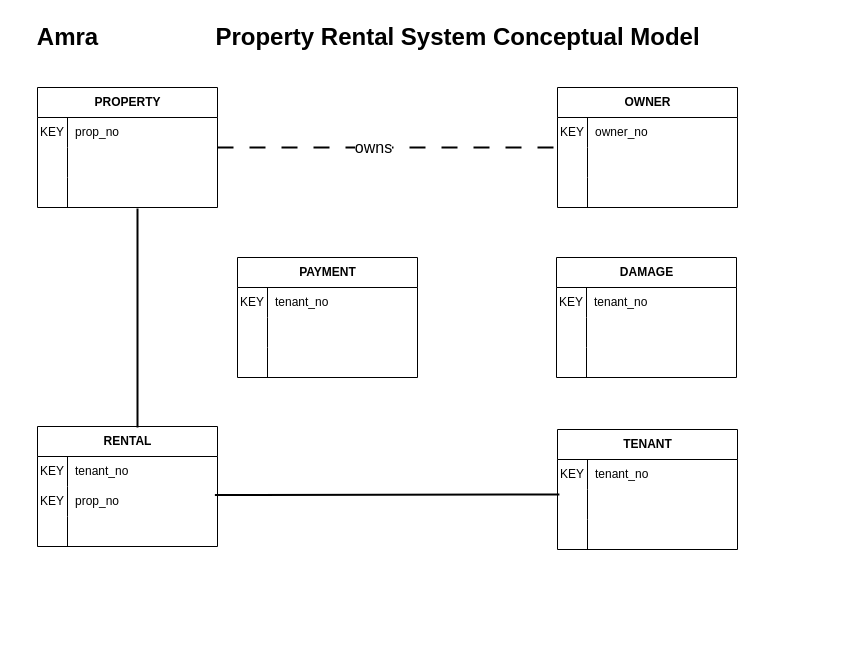
The draw.io diagram page "Final Model" (3 of 3) of Applied/App03/prs_conceptual.drawio in aanv0002/bigrig-movers-sql-database, before the edit. Source tidied: cells renumbered, new cells numbered last; positions are measured from the earlier drawing's top-left corner, leaving out a move shared by most shapes. Both pictures are drawn from the tidied source at 100%, with x=0, y=0 at pixel (17, 17).
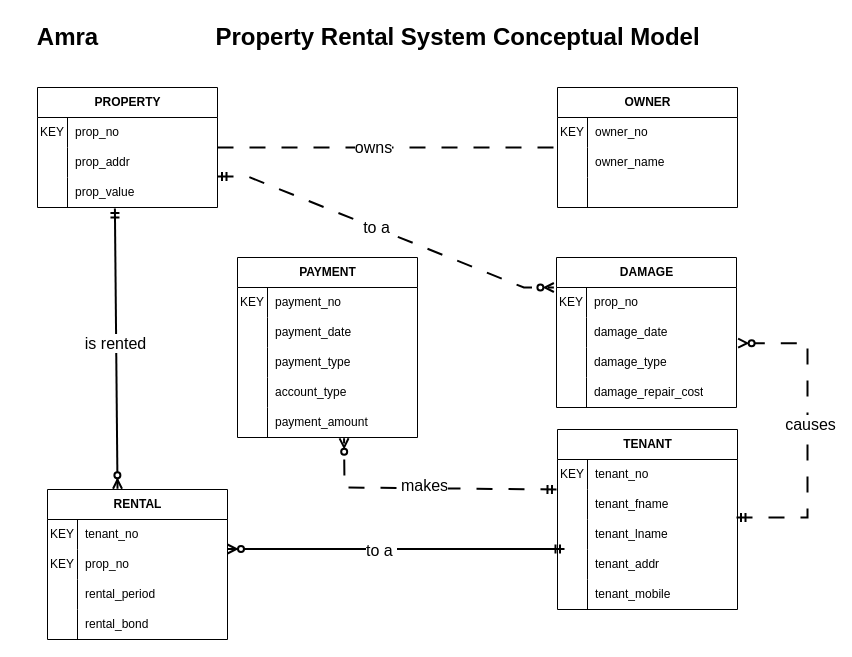
The same page after the edit.

The change refers to these unchanged cells:
```xml
<mxCell id="8" style="shape=tableRow;horizontal=0;startSize=0;swimlaneHead=0;swimlaneBody=0;fillColor=none;top=0;left=0;right=0;bottom=0;" parent="4" vertex="1">
  <mxGeometry y="60" width="180" height="30" as="geometry" />
</mxCell>
<mxCell id="11" style="shape=tableRow;horizontal=0;startSize=0;swimlaneHead=0;swimlaneBody=0;fillColor=none;points=[[0,0.5],[1,0.5]];portConstraint=eastwest;top=0;left=0;right=0;bottom=0;" parent="4" vertex="1">
  <mxGeometry y="90" width="180" height="30" as="geometry" />
</mxCell>
<mxCell id="18" style="shape=tableRow;horizontal=0;startSize=0;swimlaneHead=0;swimlaneBody=0;fillColor=none;top=0;left=0;right=0;bottom=0;" parent="14" vertex="1">
  <mxGeometry y="60" width="180" height="30" as="geometry" />
</mxCell>
<mxCell id="28" style="shape=tableRow;horizontal=0;startSize=0;swimlaneHead=0;swimlaneBody=0;fillColor=none;top=0;left=0;right=0;bottom=0;" parent="24" vertex="1">
  <mxGeometry y="60" width="180" height="30" as="geometry" />
</mxCell>
<mxCell id="31" style="shape=tableRow;horizontal=0;startSize=0;swimlaneHead=0;swimlaneBody=0;fillColor=none;top=0;left=0;right=0;bottom=0;" parent="24" vertex="1">
  <mxGeometry y="90" width="180" height="30" as="geometry" />
</mxCell>
<mxCell id="43" style="shape=tableRow;horizontal=0;startSize=0;swimlaneHead=0;swimlaneBody=0;fillColor=none;top=0;left=0;right=0;bottom=0;" parent="36" vertex="1">
  <mxGeometry y="90" width="180" height="30" as="geometry" />
</mxCell>
<mxCell id="49" style="shape=tableRow;horizontal=0;startSize=0;swimlaneHead=0;swimlaneBody=0;fillColor=none;top=0;left=0;right=0;bottom=0;" parent="48" vertex="1">
  <mxGeometry y="30" width="180" height="30" as="geometry" />
</mxCell>
<mxCell id="52" style="shape=tableRow;horizontal=0;startSize=0;swimlaneHead=0;swimlaneBody=0;fillColor=none;top=0;left=0;right=0;bottom=0;" parent="48" vertex="1">
  <mxGeometry y="60" width="180" height="30" as="geometry" />
</mxCell>
<mxCell id="55" style="shape=tableRow;horizontal=0;startSize=0;swimlaneHead=0;swimlaneBody=0;fillColor=none;top=0;left=0;right=0;bottom=0;" parent="48" vertex="1">
  <mxGeometry y="90" width="180" height="30" as="geometry" />
</mxCell>
<mxCell id="59" style="shape=tableRow;horizontal=0;startSize=0;swimlaneHead=0;swimlaneBody=0;fillColor=none;top=0;left=0;right=0;bottom=0;" parent="58" vertex="1">
  <mxGeometry y="30" width="180" height="30" as="geometry" />
</mxCell>
<mxCell id="62" style="shape=tableRow;horizontal=0;startSize=0;swimlaneHead=0;swimlaneBody=0;fillColor=none;points=[[0,0.5],[1,0.5]];portConstraint=eastwest;top=0;left=0;right=0;bottom=0;" parent="58" vertex="1">
  <mxGeometry y="60" width="180" height="30" as="geometry" />
</mxCell>
<mxCell id="65" style="shape=tableRow;horizontal=0;startSize=0;swimlaneHead=0;swimlaneBody=0;fillColor=none;top=0;left=0;right=0;bottom=0;" parent="58" vertex="1">
  <mxGeometry y="90" width="180" height="30" as="geometry" />
</mxCell>
```

What changed in the source:
```diff
@@
-    <mxCell id="10" style="shape=partialRectangle;fillColor=none;top=0;left=0;bottom=0;right=0;align=left;spacingLeft=6;overflow=hidden;whiteSpace=wrap;html=1;" parent="8" vertex="1">
+    <mxCell id="10" value="prop_addr" style="shape=partialRectangle;fillColor=none;top=0;left=0;bottom=0;right=0;align=left;spacingLeft=6;overflow=hidden;whiteSpace=wrap;html=1;" parent="8" vertex="1">
       <mxGeometry x="30" width="150" height="30" as="geometry" />
     </mxCell>
@@
-    <mxCell id="13" style="shape=partialRectangle;fillColor=none;top=0;left=0;bottom=0;right=0;align=left;spacingLeft=6;overflow=hidden;whiteSpace=wrap;html=1;" parent="11" vertex="1">
+    <mxCell id="13" value="prop_value" style="shape=partialRectangle;fillColor=none;top=0;left=0;bottom=0;right=0;align=left;spacingLeft=6;overflow=hidden;whiteSpace=wrap;html=1;" parent="11" vertex="1">
       <mxGeometry x="30" width="150" height="30" as="geometry" />
     </mxCell>
@@
-    <mxCell id="20" style="shape=partialRectangle;fillColor=none;top=0;left=0;bottom=0;right=0;align=left;spacingLeft=6;overflow=hidden;whiteSpace=wrap;html=1;" parent="18" vertex="1">
+    <mxCell id="20" value="owner_name" style="shape=partialRectangle;fillColor=none;top=0;left=0;bottom=0;right=0;align=left;spacingLeft=6;overflow=hidden;whiteSpace=wrap;html=1;" parent="18" vertex="1">
       <mxGeometry x="30" width="150" height="30" as="geometry" />
     </mxCell>
@@
     <mxCell id="24" value="TENANT" style="shape=table;startSize=30;childLayout=tableLayout;rowLines=0;fontStyle=1;align=center;html=1;" parent="1" vertex="1">
-      <mxGeometry x="540" y="412" width="180" height="120" as="geometry" />
+      <mxGeometry x="540" y="412" width="180" height="180" as="geometry" />
     </mxCell>
@@
-    <mxCell id="30" style="shape=partialRectangle;fillColor=none;top=0;left=0;bottom=0;right=0;align=left;spacingLeft=6;overflow=hidden;whiteSpace=wrap;html=1;" parent="28" vertex="1">
+    <mxCell id="30" value="tenant_fname" style="shape=partialRectangle;fillColor=none;top=0;left=0;bottom=0;right=0;align=left;spacingLeft=6;overflow=hidden;whiteSpace=wrap;html=1;" parent="28" vertex="1">
       <mxGeometry x="30" width="150" height="30" as="geometry" />
     </mxCell>
@@
-    <mxCell id="33" style="shape=partialRectangle;fillColor=none;top=0;left=0;bottom=0;right=0;align=left;spacingLeft=6;overflow=hidden;whiteSpace=wrap;html=1;" parent="31" vertex="1">
+    <mxCell id="33" value="tenant_lname" style="shape=partialRectangle;fillColor=none;top=0;left=0;bottom=0;right=0;align=left;spacingLeft=6;overflow=hidden;whiteSpace=wrap;html=1;" parent="31" vertex="1">
       <mxGeometry x="30" width="150" height="30" as="geometry" />
     </mxCell>
+    <mxCell id="68" style="shape=tableRow;horizontal=0;startSize=0;swimlaneHead=0;swimlaneBody=0;fillColor=none;top=0;left=0;right=0;bottom=0;" parent="24" vertex="1">
+      <mxGeometry y="120" width="180" height="30" as="geometry" />
+    </mxCell>
+    <mxCell id="69" style="shape=partialRectangle;fillColor=none;top=0;left=0;bottom=0;right=0;overflow=hidden;whiteSpace=wrap;html=1;" parent="68" vertex="1">
+      <mxGeometry width="30" height="30" as="geometry" />
+    </mxCell>
+    <mxCell id="70" value="tenant_addr" style="shape=partialRectangle;fillColor=none;top=0;left=0;bottom=0;right=0;align=left;spacingLeft=6;overflow=hidden;whiteSpace=wrap;html=1;" parent="68" vertex="1">
+      <mxGeometry x="30" width="150" height="30" as="geometry" />
+    </mxCell>
+    <mxCell id="71" style="shape=tableRow;horizontal=0;startSize=0;swimlaneHead=0;swimlaneBody=0;fillColor=none;top=0;left=0;right=0;bottom=0;" parent="24" vertex="1">
+      <mxGeometry y="150" width="180" height="30" as="geometry" />
+    </mxCell>
+    <mxCell id="72" style="shape=partialRectangle;fillColor=none;top=0;left=0;bottom=0;right=0;overflow=hidden;whiteSpace=wrap;html=1;" parent="71" vertex="1">
+      <mxGeometry width="30" height="30" as="geometry" />
+    </mxCell>
+    <mxCell id="73" value="tenant_mobile" style="shape=partialRectangle;fillColor=none;top=0;left=0;bottom=0;right=0;align=left;spacingLeft=6;overflow=hidden;whiteSpace=wrap;html=1;" parent="71" vertex="1">
+      <mxGeometry x="30" width="150" height="30" as="geometry" />
+    </mxCell>
@@
     <mxCell id="36" value="RENTAL" style="shape=table;startSize=30;childLayout=tableLayout;rowLines=0;fontStyle=1;align=center;html=1;" parent="1" vertex="1">
-      <mxGeometry x="20" y="409" width="180" height="120" as="geometry" />
+      <mxGeometry x="30" y="472" width="180" height="150" as="geometry" />
     </mxCell>
@@
-    <mxCell id="45" style="shape=partialRectangle;fillColor=none;top=0;left=0;bottom=0;right=0;align=left;spacingLeft=6;overflow=hidden;whiteSpace=wrap;html=1;" parent="43" vertex="1">
+    <mxCell id="45" value="rental_period" style="shape=partialRectangle;fillColor=none;top=0;left=0;bottom=0;right=0;align=left;spacingLeft=6;overflow=hidden;whiteSpace=wrap;html=1;" parent="43" vertex="1">
       <mxGeometry x="30" width="150" height="30" as="geometry" />
     </mxCell>
-    <mxCell id="46" style="endArrow=none;html=1;rounded=0;exitX=0.98;exitY=0.13;exitDx=0;exitDy=0;exitPerimeter=0;entryX=0.005;entryY=0.124;entryDx=0;entryDy=0;entryPerimeter=0;strokeWidth=2;" parent="1" edge="1">
-      <mxGeometry relative="1" as="geometry">
-        <mxPoint x="197.4" y="477.6" as="sourcePoint" />
-        <mxPoint x="541.9" y="476.9" as="targetPoint" />
-      </mxGeometry>
-    </mxCell>
-    <mxCell id="47" style="endArrow=none;html=1;rounded=0;strokeWidth=2;" parent="1" edge="1">
-      <mxGeometry relative="1" as="geometry">
-        <mxPoint x="120" y="191" as="sourcePoint" />
-        <mxPoint x="120" y="410" as="targetPoint" />
-      </mxGeometry>
-    </mxCell>
+    <mxCell id="74" style="shape=tableRow;horizontal=0;startSize=0;swimlaneHead=0;swimlaneBody=0;fillColor=none;top=0;left=0;right=0;bottom=0;" parent="36" vertex="1">
+      <mxGeometry y="120" width="180" height="30" as="geometry" />
+    </mxCell>
+    <mxCell id="75" style="shape=partialRectangle;fillColor=none;top=0;left=0;bottom=0;right=0;overflow=hidden;whiteSpace=wrap;html=1;" parent="74" vertex="1">
+      <mxGeometry width="30" height="30" as="geometry" />
+    </mxCell>
+    <mxCell id="76" value="rental_bond" style="shape=partialRectangle;fillColor=none;top=0;left=0;bottom=0;right=0;align=left;spacingLeft=6;overflow=hidden;whiteSpace=wrap;html=1;" parent="74" vertex="1">
+      <mxGeometry x="30" width="150" height="30" as="geometry" />
+    </mxCell>
     <mxCell id="48" value="PAYMENT" style="shape=table;startSize=30;childLayout=tableLayout;rowLines=0;fontStyle=1;align=center;html=1;" parent="1" vertex="1">
-      <mxGeometry x="220" y="240" width="180" height="120" as="geometry" />
+      <mxGeometry x="220" y="240" width="180" height="180" as="geometry" />
     </mxCell>
@@
-    <mxCell id="51" value="tenant_no" style="shape=partialRectangle;fillColor=none;top=0;left=0;bottom=0;right=0;align=left;spacingLeft=6;overflow=hidden;whiteSpace=wrap;html=1;" parent="49" vertex="1">
+    <mxCell id="51" value="payment_no" style="shape=partialRectangle;fillColor=none;top=0;left=0;bottom=0;right=0;align=left;spacingLeft=6;overflow=hidden;whiteSpace=wrap;html=1;" parent="49" vertex="1">
       <mxGeometry x="30" width="150" height="30" as="geometry" />
     </mxCell>
@@
-    <mxCell id="54" style="shape=partialRectangle;fillColor=none;top=0;left=0;bottom=0;right=0;align=left;spacingLeft=6;overflow=hidden;whiteSpace=wrap;html=1;" parent="52" vertex="1">
+    <mxCell id="54" value="payment_date" style="shape=partialRectangle;fillColor=none;top=0;left=0;bottom=0;right=0;align=left;spacingLeft=6;overflow=hidden;whiteSpace=wrap;html=1;" parent="52" vertex="1">
       <mxGeometry x="30" width="150" height="30" as="geometry" />
     </mxCell>
@@
-    <mxCell id="57" style="shape=partialRectangle;fillColor=none;top=0;left=0;bottom=0;right=0;align=left;spacingLeft=6;overflow=hidden;whiteSpace=wrap;html=1;" parent="55" vertex="1">
+    <mxCell id="57" value="payment_type" style="shape=partialRectangle;fillColor=none;top=0;left=0;bottom=0;right=0;align=left;spacingLeft=6;overflow=hidden;whiteSpace=wrap;html=1;" parent="55" vertex="1">
       <mxGeometry x="30" width="150" height="30" as="geometry" />
     </mxCell>
+    <mxCell id="77" style="shape=tableRow;horizontal=0;startSize=0;swimlaneHead=0;swimlaneBody=0;fillColor=none;top=0;left=0;right=0;bottom=0;" parent="48" vertex="1">
+      <mxGeometry y="120" width="180" height="30" as="geometry" />
+    </mxCell>
+    <mxCell id="78" style="shape=partialRectangle;fillColor=none;top=0;left=0;bottom=0;right=0;overflow=hidden;whiteSpace=wrap;html=1;" parent="77" vertex="1">
+      <mxGeometry width="30" height="30" as="geometry" />
+    </mxCell>
+    <mxCell id="79" value="account_type" style="shape=partialRectangle;fillColor=none;top=0;left=0;bottom=0;right=0;align=left;spacingLeft=6;overflow=hidden;whiteSpace=wrap;html=1;" parent="77" vertex="1">
+      <mxGeometry x="30" width="150" height="30" as="geometry" />
+    </mxCell>
+    <mxCell id="80" style="shape=tableRow;horizontal=0;startSize=0;swimlaneHead=0;swimlaneBody=0;fillColor=none;points=[[0,0.5],[1,0.5]];portConstraint=eastwest;top=0;left=0;right=0;bottom=0;" parent="48" vertex="1">
+      <mxGeometry y="150" width="180" height="30" as="geometry" />
+    </mxCell>
+    <mxCell id="81" style="shape=partialRectangle;fillColor=none;top=0;left=0;bottom=0;right=0;overflow=hidden;whiteSpace=wrap;html=1;" parent="80" vertex="1">
+      <mxGeometry width="30" height="30" as="geometry" />
+    </mxCell>
+    <mxCell id="82" value="payment_amount" style="shape=partialRectangle;fillColor=none;top=0;left=0;bottom=0;right=0;align=left;spacingLeft=6;overflow=hidden;whiteSpace=wrap;html=1;" parent="80" vertex="1">
+      <mxGeometry x="30" width="150" height="30" as="geometry" />
+    </mxCell>
     <mxCell id="58" value="DAMAGE" style="shape=table;startSize=30;childLayout=tableLayout;rowLines=0;fontStyle=1;align=center;html=1;" parent="1" vertex="1">
-      <mxGeometry x="539" y="240" width="180" height="120" as="geometry" />
+      <mxGeometry x="539" y="240" width="180" height="150" as="geometry" />
     </mxCell>
@@
-    <mxCell id="61" value="tenant_no" style="shape=partialRectangle;fillColor=none;top=0;left=0;bottom=0;right=0;align=left;spacingLeft=6;overflow=hidden;whiteSpace=wrap;html=1;" parent="59" vertex="1">
+    <mxCell id="61" value="prop_no" style="shape=partialRectangle;fillColor=none;top=0;left=0;bottom=0;right=0;align=left;spacingLeft=6;overflow=hidden;whiteSpace=wrap;html=1;" parent="59" vertex="1">
       <mxGeometry x="30" width="150" height="30" as="geometry" />
     </mxCell>
@@
-    <mxCell id="64" style="shape=partialRectangle;fillColor=none;top=0;left=0;bottom=0;right=0;align=left;spacingLeft=6;overflow=hidden;whiteSpace=wrap;html=1;" parent="62" vertex="1">
+    <mxCell id="64" value="damage_date" style="shape=partialRectangle;fillColor=none;top=0;left=0;bottom=0;right=0;align=left;spacingLeft=6;overflow=hidden;whiteSpace=wrap;html=1;" parent="62" vertex="1">
       <mxGeometry x="30" width="150" height="30" as="geometry" />
     </mxCell>
@@
-    <mxCell id="67" style="shape=partialRectangle;fillColor=none;top=0;left=0;bottom=0;right=0;align=left;spacingLeft=6;overflow=hidden;whiteSpace=wrap;html=1;" parent="65" vertex="1">
+    <mxCell id="67" value="damage_type" style="shape=partialRectangle;fillColor=none;top=0;left=0;bottom=0;right=0;align=left;spacingLeft=6;overflow=hidden;whiteSpace=wrap;html=1;" parent="65" vertex="1">
       <mxGeometry x="30" width="150" height="30" as="geometry" />
     </mxCell>
+    <mxCell id="83" style="shape=tableRow;horizontal=0;startSize=0;swimlaneHead=0;swimlaneBody=0;fillColor=none;top=0;left=0;right=0;bottom=0;" parent="58" vertex="1">
+      <mxGeometry y="120" width="180" height="30" as="geometry" />
+    </mxCell>
+    <mxCell id="84" style="shape=partialRectangle;fillColor=none;top=0;left=0;bottom=0;right=0;overflow=hidden;whiteSpace=wrap;html=1;" parent="83" vertex="1">
+      <mxGeometry width="30" height="30" as="geometry" />
+    </mxCell>
+    <mxCell id="85" value="damage_repair_cost" style="shape=partialRectangle;fillColor=none;top=0;left=0;bottom=0;right=0;align=left;spacingLeft=6;overflow=hidden;whiteSpace=wrap;html=1;" parent="83" vertex="1">
+      <mxGeometry x="30" width="150" height="30" as="geometry" />
+    </mxCell>
+    <mxCell id="86" style="edgeStyle=entityRelationEdgeStyle;fontSize=12;html=1;endArrow=ERzeroToMany;startArrow=ERmandOne;rounded=0;exitX=1.02;exitY=-0.037;exitDx=0;exitDy=0;exitPerimeter=0;dashed=1;dashPattern=8 8;strokeWidth=2;" parent="1" edge="1">
+      <mxGeometry relative="1" as="geometry">
+        <mxPoint x="200" y="158.9" as="sourcePoint" />
+        <mxPoint x="536.4" y="270" as="targetPoint" />
+      </mxGeometry>
+    </mxCell>
+    <mxCell id="87" value="&lt;font style=&quot;font-size: 16px;&quot;&gt;to a&lt;/font&gt;" style="edgeLabel;html=1;align=center;verticalAlign=middle;" parent="86" vertex="1">
+      <mxGeometry x="-0.06" y="1" relative="1" as="geometry" />
+    </mxCell>
+    <mxCell id="88" style="fontSize=12;html=1;endArrow=ERzeroToMany;startArrow=ERmandOne;rounded=0;exitX=0;exitY=0.25;exitDx=0;exitDy=0;strokeWidth=2;dashed=1;dashPattern=8 8;entryX=0.592;entryY=1.028;entryDx=0;entryDy=0;entryPerimeter=0;" parent="1" edge="1" target="80">
+      <mxGeometry relative="1" as="geometry">
+        <mxPoint x="539" y="472" as="sourcePoint" />
+        <Array as="points">
+          <mxPoint x="327" y="470" />
+        </Array>
+      </mxGeometry>
+    </mxCell>
+    <mxCell id="89" value="&lt;font style=&quot;font-size: 16px;&quot;&gt;makes&lt;/font&gt;" style="edgeLabel;html=1;align=center;verticalAlign=middle;" parent="88" vertex="1">
+      <mxGeometry x="0.02" y="-3" relative="1" as="geometry" />
+    </mxCell>
+    <mxCell id="90" style="fontSize=12;html=1;endArrow=ERzeroToMany;startArrow=ERmandOne;rounded=0;exitX=-0.014;exitY=0.925;exitDx=0;exitDy=0;exitPerimeter=0;strokeWidth=2;" parent="1" edge="1">
+      <mxGeometry relative="1" as="geometry">
+        <mxPoint x="547" y="531.5" as="sourcePoint" />
+        <mxPoint x="210" y="531.5" as="targetPoint" />
+      </mxGeometry>
+    </mxCell>
+    <mxCell id="91" value="&lt;font style=&quot;font-size: 16px;&quot;&gt;to a&amp;nbsp;&lt;/font&gt;" style="edgeLabel;html=1;align=center;verticalAlign=middle;" parent="90" vertex="1">
+      <mxGeometry x="0.09" y="1" relative="1" as="geometry" />
+    </mxCell>
+    <mxCell id="92" style="fontSize=12;html=1;endArrow=ERzeroToMany;startArrow=ERmandOne;rounded=0;entryX=0.389;entryY=-0.005;entryDx=0;entryDy=0;strokeWidth=2;entryPerimeter=0;exitX=0.43;exitY=1.032;exitDx=0;exitDy=0;exitPerimeter=0;" parent="1" edge="1" source="11" target="36">
+      <mxGeometry relative="1" as="geometry" />
+    </mxCell>
+    <mxCell id="93" value="&lt;font style=&quot;font-size: 16px;&quot;&gt;is rented&lt;/font&gt;" style="edgeLabel;html=1;align=center;verticalAlign=middle;" parent="92" vertex="1">
+      <mxGeometry x="-0.04" y="-1" relative="1" as="geometry" />
+    </mxCell>
+    <mxCell id="94" style="fontSize=12;html=1;endArrow=ERzeroToMany;startArrow=ERmandOne;rounded=0;edgeStyle=orthogonalEdgeStyle;entryX=1.009;entryY=0.856;entryDx=0;entryDy=0;entryPerimeter=0;strokeWidth=2;dashed=1;dashPattern=8 8;" parent="1" edge="1" target="62">
+      <mxGeometry relative="1" as="geometry">
+        <mxPoint x="719" y="500" as="sourcePoint" />
+        <Array as="points">
+          <mxPoint x="790" y="500" />
+          <mxPoint x="790" y="326" />
+        </Array>
+      </mxGeometry>
+    </mxCell>
+    <mxCell id="95" value="&lt;font style=&quot;font-size: 16px;&quot;&gt;causes&lt;/font&gt;" style="edgeLabel;html=1;align=center;verticalAlign=middle;" parent="94" vertex="1">
+      <mxGeometry x="0.05" y="-2" relative="1" as="geometry" />
+    </mxCell>
```
